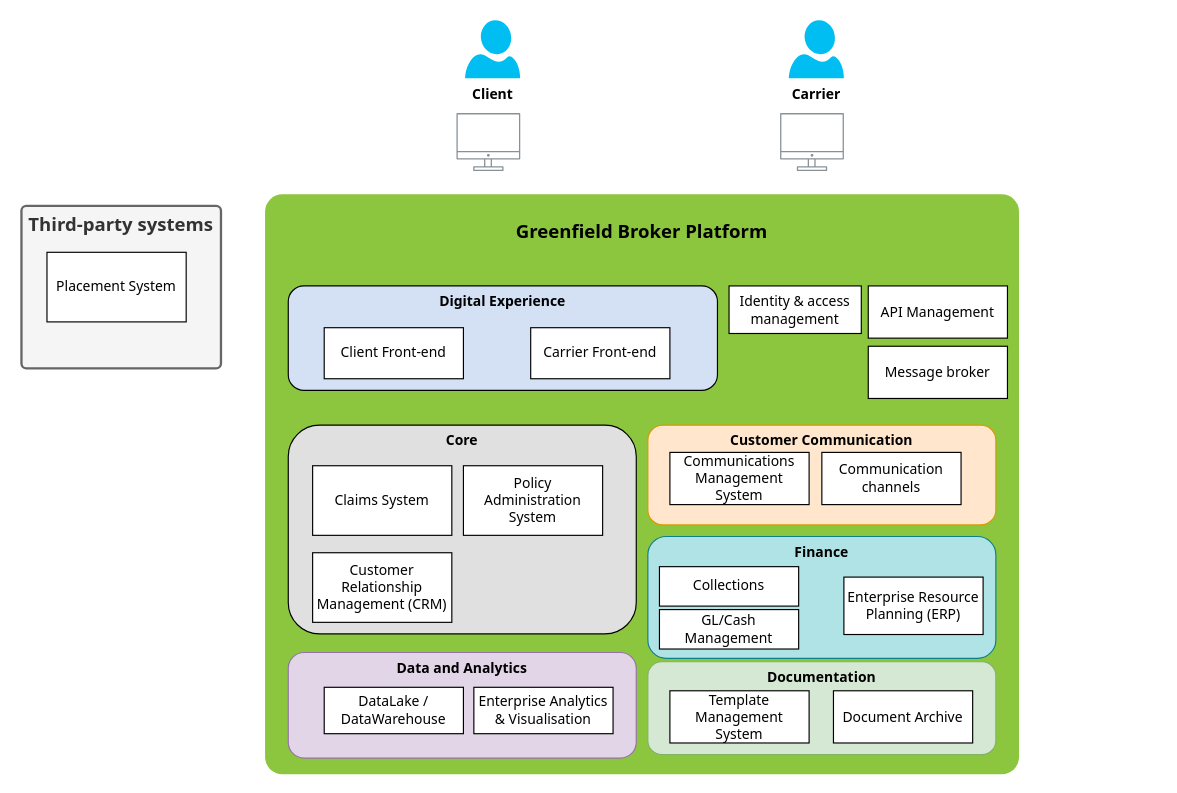
This is page "Page-2" (2 of 2) of Untitled Diagram.drawio from michaelmorar/diagrams, a draw.io file, before an edit. Source tidied: cells renumbered, new cells numbered last; positions are measured from the earlier drawing's top-left corner, leaving out a move shared by most shapes. Both pictures are drawn from the tidied source at 116%, with x=0, y=0 at pixel (21, 20).
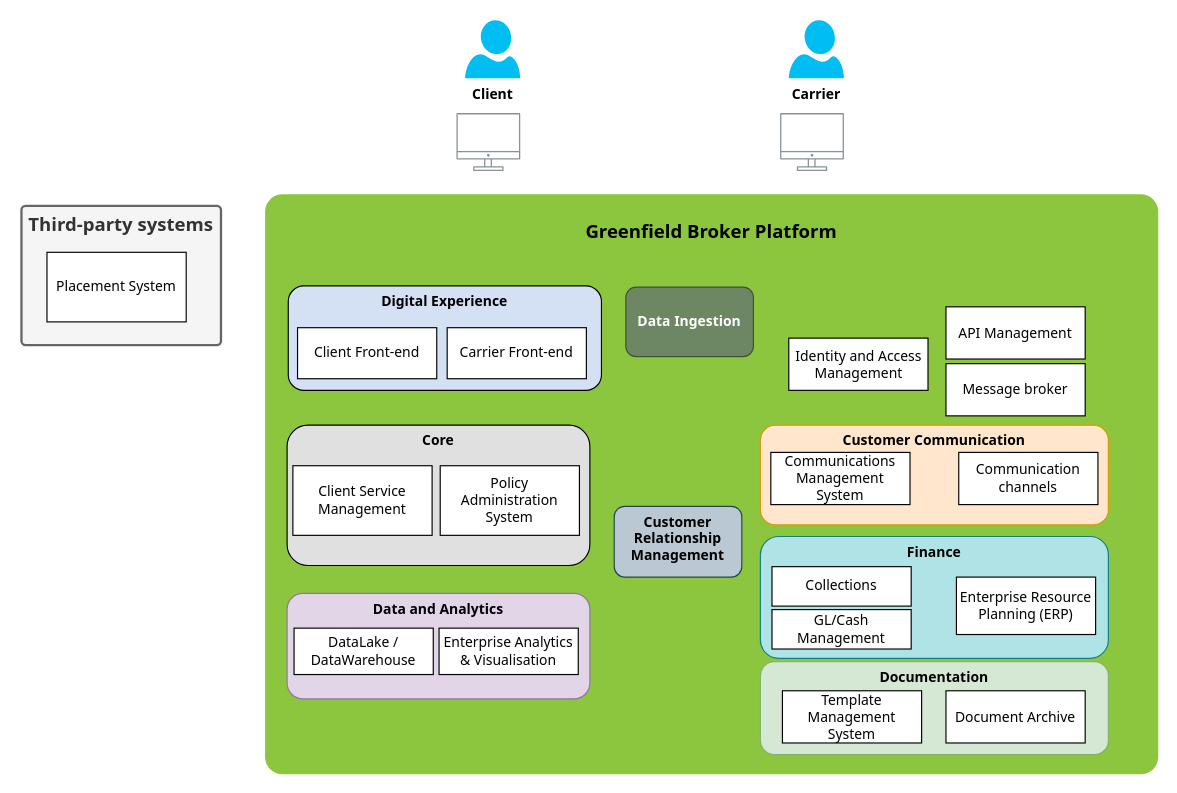
After the change.

What changed in the source:
```diff
@@
     <mxCell id="2" value="&lt;h2&gt;&lt;font style=&quot;font-size: 16px;&quot; face=&quot;Tahoma&quot;&gt;&lt;b&gt;Greenfield Broker Platform&lt;/b&gt;&lt;/font&gt;&lt;/h2&gt;" style="rounded=1;whiteSpace=wrap;html=1;shadow=0;strokeWidth=2;fillColor=#8BC63E;fontSize=12;fontColor=#000000;align=center;strokeColor=none;arcSize=3;verticalAlign=top;" parent="1" vertex="1">
-      <mxGeometry x="210" y="150" width="650" height="500" as="geometry" />
+      <mxGeometry x="210" y="150" width="770" height="500" as="geometry" />
     </mxCell>
@@
     <mxCell id="7" value="&lt;b&gt;Digital Experience&lt;/b&gt;" style="rounded=1;whiteSpace=wrap;html=1;verticalAlign=top;align=center;fontFamily=Tahoma;fillColor=#D4E1F5;fontStyle=0;" parent="1" vertex="1">
-      <mxGeometry x="230" y="229" width="370" height="90" as="geometry" />
+      <mxGeometry x="230" y="229" width="270" height="90" as="geometry" />
     </mxCell>
     <mxCell id="8" value="&lt;b&gt;Core&lt;/b&gt;" style="rounded=1;whiteSpace=wrap;html=1;fontStyle=0;fontFamily=Tahoma;align=center;verticalAlign=top;fillColor=#E0E0E0;" parent="1" vertex="1">
-      <mxGeometry x="230" y="349" width="300" height="180" as="geometry" />
+      <mxGeometry x="229" y="349" width="261" height="121" as="geometry" />
     </mxCell>
-    <mxCell id="9" value="Identity &amp;amp; access management" style="rounded=0;whiteSpace=wrap;html=1;fontFamily=Tahoma;fontStyle=0;" parent="1" vertex="1">
-      <mxGeometry x="610" y="229" width="114" height="41" as="geometry" />
-    </mxCell>
     <mxCell id="10" value="Client Front-end" style="rounded=0;whiteSpace=wrap;html=1;fontFamily=Tahoma;fontStyle=0;" parent="1" vertex="1">
-      <mxGeometry x="261" y="265" width="120" height="44" as="geometry" />
+      <mxGeometry x="238" y="265" width="120" height="44" as="geometry" />
     </mxCell>
     <mxCell id="11" value="Third-party systems" style="rounded=1;whiteSpace=wrap;html=1;shadow=0;strokeWidth=2;fillColor=#f5f5f5;fontSize=16;fontColor=#333333;align=center;strokeColor=#666666;arcSize=3;verticalAlign=top;fontFamily=Tahoma;fontStyle=1;" parent="1" vertex="1">
-      <mxGeometry y="160" width="172" height="140" as="geometry" />
+      <mxGeometry y="160" width="172" height="120" as="geometry" />
     </mxCell>
     <mxCell id="12" value="Carrier Front-end" style="rounded=0;whiteSpace=wrap;html=1;fontFamily=Tahoma;fontStyle=0;" parent="1" vertex="1">
-      <mxGeometry x="439" y="265" width="120" height="44" as="geometry" />
+      <mxGeometry x="367" y="265" width="120" height="44" as="geometry" />
     </mxCell>
     <mxCell id="13" value="Policy Administration System" style="rounded=0;whiteSpace=wrap;html=1;fontFamily=Tahoma;fontStyle=0;" parent="1" vertex="1">
-      <mxGeometry x="381" y="384" width="120" height="60" as="geometry" />
+      <mxGeometry x="361" y="384" width="120" height="60" as="geometry" />
     </mxCell>
-    <mxCell id="14" value="Claims System" style="rounded=0;whiteSpace=wrap;html=1;fontFamily=Tahoma;fontStyle=0;" parent="1" vertex="1">
-      <mxGeometry x="251" y="384" width="120" height="60" as="geometry" />
+    <mxCell id="14" value="Client Service&lt;br&gt;Management" style="rounded=0;whiteSpace=wrap;html=1;fontFamily=Tahoma;fontStyle=0;" parent="1" vertex="1">
+      <mxGeometry x="234" y="384" width="120" height="60" as="geometry" />
     </mxCell>
@@
-    <mxCell id="16" value="Customer Relationship Management (CRM)" style="rounded=0;whiteSpace=wrap;html=1;fontFamily=Tahoma;fontStyle=0;" parent="1" vertex="1">
-      <mxGeometry x="251" y="459" width="120" height="60" as="geometry" />
-    </mxCell>
     <mxCell id="17" value="Data and Analytics" style="rounded=1;whiteSpace=wrap;html=1;fontStyle=1;fontFamily=Tahoma;align=center;verticalAlign=top;fillColor=#e1d5e7;strokeColor=#9673a6;" parent="1" vertex="1">
-      <mxGeometry x="230" y="545" width="300" height="91" as="geometry" />
+      <mxGeometry x="229" y="494" width="261" height="91" as="geometry" />
     </mxCell>
     <mxCell id="18" value="API Management" style="rounded=0;whiteSpace=wrap;html=1;fontFamily=Tahoma;fontStyle=0;" parent="1" vertex="1">
-      <mxGeometry x="730" y="229" width="120" height="45" as="geometry" />
+      <mxGeometry x="797" y="247" width="120" height="45" as="geometry" />
     </mxCell>
     <mxCell id="19" value="Message broker" style="rounded=0;whiteSpace=wrap;html=1;fontFamily=Tahoma;fontStyle=0;" parent="1" vertex="1">
-      <mxGeometry x="730" y="281" width="120" height="45" as="geometry" />
+      <mxGeometry x="797" y="296" width="120" height="45" as="geometry" />
     </mxCell>
     <mxCell id="20" value="&lt;b&gt;Finance&lt;/b&gt;" style="rounded=1;whiteSpace=wrap;html=1;fontStyle=0;fontFamily=Tahoma;align=center;verticalAlign=top;fillColor=#b0e3e6;strokeColor=#0e8088;" parent="1" vertex="1">
-      <mxGeometry x="540" y="445" width="300" height="105" as="geometry" />
+      <mxGeometry x="637" y="445" width="300" height="105" as="geometry" />
     </mxCell>
     <mxCell id="21" value="DataLake / DataWarehouse" style="rounded=0;whiteSpace=wrap;html=1;fontFamily=Tahoma;fontStyle=0;" parent="1" vertex="1">
-      <mxGeometry x="261" y="575" width="120" height="40" as="geometry" />
+      <mxGeometry x="235" y="524" width="120" height="40" as="geometry" />
     </mxCell>
     <mxCell id="22" value="&lt;b&gt;Documentation&lt;/b&gt;" style="rounded=1;whiteSpace=wrap;html=1;fontStyle=0;fontFamily=Tahoma;align=center;verticalAlign=top;fillColor=#d5e8d4;strokeColor=#82b366;" parent="1" vertex="1">
-      <mxGeometry x="540" y="553" width="300" height="80" as="geometry" />
+      <mxGeometry x="637" y="553" width="300" height="80" as="geometry" />
     </mxCell>
     <mxCell id="23" value="Enterprise Resource Planning (ERP)" style="rounded=0;whiteSpace=wrap;html=1;fontFamily=Tahoma;fontStyle=0;" parent="1" vertex="1">
-      <mxGeometry x="709" y="480" width="120" height="49.5" as="geometry" />
+      <mxGeometry x="806" y="480" width="120" height="49.5" as="geometry" />
     </mxCell>
     <mxCell id="24" value="Template Management&lt;br&gt; System" style="rounded=0;whiteSpace=wrap;html=1;fontFamily=Tahoma;fontStyle=0;" parent="1" vertex="1">
-      <mxGeometry x="559" y="578" width="120" height="45" as="geometry" />
+      <mxGeometry x="656" y="578" width="120" height="45" as="geometry" />
     </mxCell>
     <mxCell id="25" value="Document Archive" style="rounded=0;whiteSpace=wrap;html=1;fontFamily=Tahoma;fontStyle=0;" parent="1" vertex="1">
-      <mxGeometry x="700" y="578" width="120" height="45" as="geometry" />
+      <mxGeometry x="797" y="578" width="120" height="45" as="geometry" />
     </mxCell>
     <mxCell id="26" value="&lt;b&gt;Customer Communication&lt;/b&gt;" style="rounded=1;whiteSpace=wrap;html=1;fontStyle=0;fontFamily=Tahoma;align=center;verticalAlign=top;fillColor=#ffe6cc;strokeColor=#d79b00;" parent="1" vertex="1">
-      <mxGeometry x="540" y="349" width="300" height="86" as="geometry" />
+      <mxGeometry x="637" y="349" width="300" height="86" as="geometry" />
     </mxCell>
     <mxCell id="27" value="Enterprise Analytics &amp;amp; Visualisation" style="rounded=0;whiteSpace=wrap;html=1;fontFamily=Tahoma;fontStyle=0;" parent="1" vertex="1">
-      <mxGeometry x="390" y="575" width="120" height="40" as="geometry" />
+      <mxGeometry x="360" y="524" width="120" height="40" as="geometry" />
     </mxCell>
     <mxCell id="28" value="Communications Management System" style="rounded=0;whiteSpace=wrap;html=1;fontFamily=Tahoma;fontStyle=0;" parent="1" vertex="1">
-      <mxGeometry x="559" y="372.5" width="120" height="45" as="geometry" />
+      <mxGeometry x="646" y="372.5" width="120" height="45" as="geometry" />
     </mxCell>
     <mxCell id="29" value="Communication channels" style="rounded=0;whiteSpace=wrap;html=1;fontFamily=Tahoma;fontStyle=0;" parent="1" vertex="1">
-      <mxGeometry x="690" y="372.5" width="120" height="45" as="geometry" />
+      <mxGeometry x="808" y="372.5" width="120" height="45" as="geometry" />
     </mxCell>
     <mxCell id="30" value="Collections" style="rounded=0;whiteSpace=wrap;html=1;fontFamily=Tahoma;fontStyle=0;" parent="1" vertex="1">
-      <mxGeometry x="550" y="471" width="120" height="34" as="geometry" />
+      <mxGeometry x="647" y="471" width="120" height="34" as="geometry" />
     </mxCell>
     <mxCell id="31" value="GL/Cash Management" style="rounded=0;whiteSpace=wrap;html=1;fontFamily=Tahoma;fontStyle=0;" parent="1" vertex="1">
-      <mxGeometry x="550" y="508" width="120" height="34" as="geometry" />
+      <mxGeometry x="647" y="508" width="120" height="34" as="geometry" />
     </mxCell>
+    <mxCell id="32" value="&lt;b&gt;Customer Relationship Management&lt;br&gt;&lt;/b&gt;" style="rounded=1;whiteSpace=wrap;html=1;verticalAlign=top;align=center;fontFamily=Tahoma;fillColor=#bac8d3;fontStyle=0;strokeColor=#23445d;" parent="1" vertex="1">
+      <mxGeometry x="511" y="419" width="110" height="61" as="geometry" />
+    </mxCell>
+    <mxCell id="33" value="Identity and Access Management" style="rounded=0;whiteSpace=wrap;html=1;fontFamily=Tahoma;fontStyle=0;" parent="1" vertex="1">
+      <mxGeometry x="661.5" y="274" width="120" height="45" as="geometry" />
+    </mxCell>
+    <mxCell id="34" value="&lt;b&gt;Data Ingestion&lt;/b&gt;" style="rounded=1;whiteSpace=wrap;html=1;verticalAlign=middle;align=center;fontFamily=Tahoma;fillColor=#6d8764;fontStyle=0;strokeColor=#3A5431;fontColor=#ffffff;" parent="1" vertex="1">
+      <mxGeometry x="521" y="230" width="110" height="60" as="geometry" />
+    </mxCell>
```
